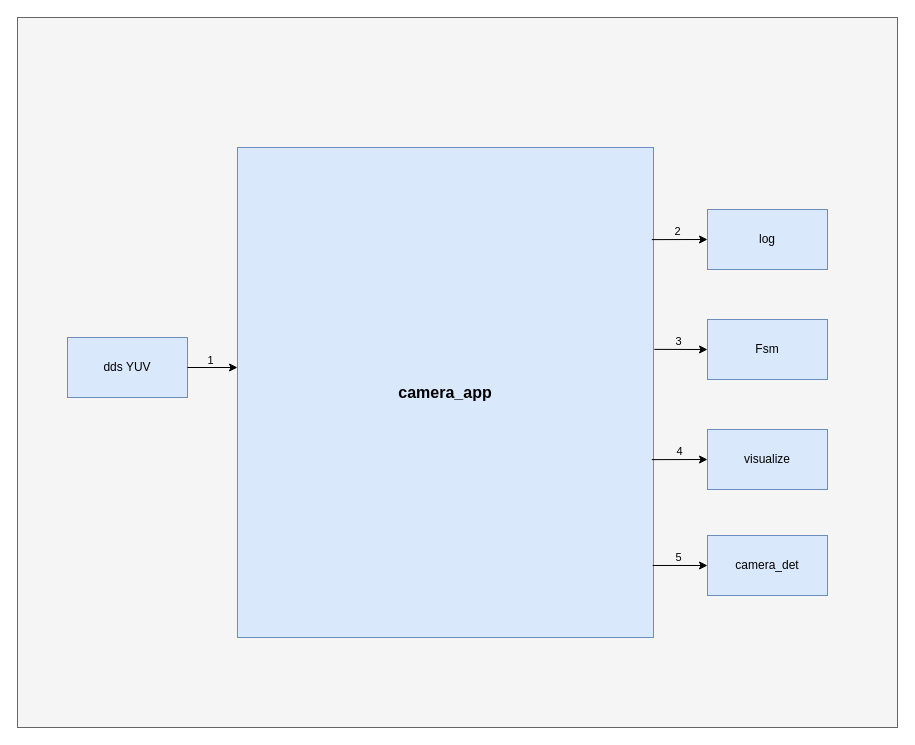
xiaoleli/diagrams keeps this draw.io diagram as camera_app输入输出图.drawio. Above is the earlier version. Source tidied: cells renumbered, new cells numbered last; positions are measured from the earlier drawing's top-left corner, leaving out a move shared by most shapes. Both pictures are drawn from the tidied source at 100%, with x=0, y=0 at pixel (17, 17).
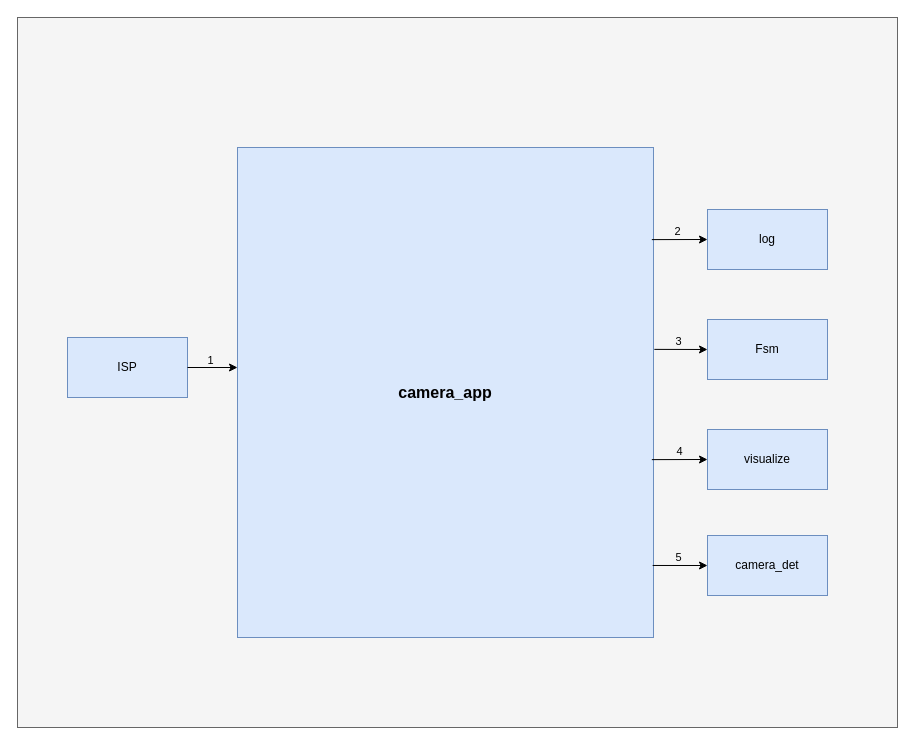
The same page after the edit.

Commit message:
更新camera_app输入输出图.drawio

What changed in the source:
```diff
@@
-    <mxCell id="4" value="dds YUV" style="rounded=0;whiteSpace=wrap;html=1;fillColor=#dae8fc;strokeColor=#6c8ebf;" parent="1" vertex="1">
+    <mxCell id="4" value="ISP" style="rounded=0;whiteSpace=wrap;html=1;fillColor=#dae8fc;strokeColor=#6c8ebf;" parent="1" vertex="1">
       <mxGeometry x="50" y="320" width="120" height="60" as="geometry" />
     </mxCell>
```
